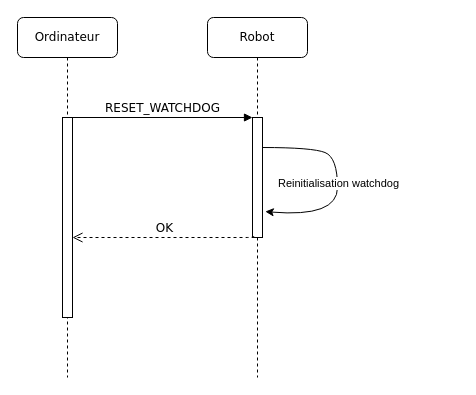
The draw.io diagram doc/Doc robot/Commande RESET_WATCHDOG.drawio in INSA-GEI/dumber, before the edit. Source tidied: cells renumbered, new cells numbered last; positions are measured from the earlier drawing's top-left corner, leaving out a move shared by most shapes. Both pictures are drawn from the tidied source at 100%, with x=0, y=0 at pixel (17, 17).
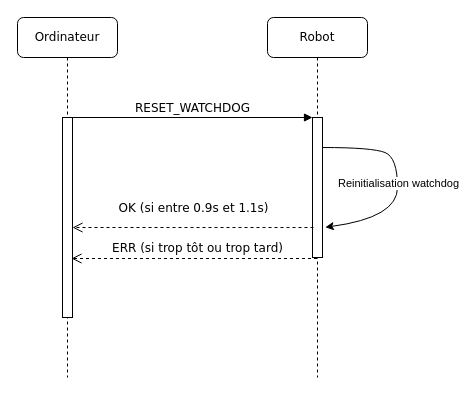
Above is the later version.

Commit message (it also covers changes not shown here):
mise à jour de la doc technique du robot

Diff of the diagram source:
```diff
@@
 <mxGraphModel>
   <root>
     <mxCell id="0" />
     <mxCell id="1" parent="0" />
-    <mxCell id="2" value="Robot" style="shape=umlLifeline;perimeter=lifelinePerimeter;whiteSpace=wrap;html=1;outlineConnect=0;rounded=1;shadow=0;comic=0;labelBackgroundColor=none;strokeWidth=1;fontFamily=Verdana;fontSize=12;align=center;" parent="1" vertex="1">
-      <mxGeometry x="190" width="100" height="360" as="geometry" />
+    <mxCell id="2" value="Robot" style="shape=umlLifeline;perimeter=lifelinePerimeter;whiteSpace=wrap;html=1;outlineConnect=0;rounded=1;shadow=0;comic=0;labelBackgroundColor=none;strokeWidth=1;fontFamily=Verdana;fontSize=12;align=center;size=40;" parent="1" vertex="1">
+      <mxGeometry x="250" width="100" height="360" as="geometry" />
     </mxCell>
     <mxCell id="3" style="html=1;points=[];perimeter=orthogonalPerimeter;rounded=0;shadow=0;comic=0;labelBackgroundColor=none;strokeWidth=1;fontFamily=Verdana;fontSize=12;align=center;" parent="2" vertex="1">
-      <mxGeometry x="45" y="100" width="10" height="120" as="geometry" />
+      <mxGeometry x="45" y="100" width="10" height="140" as="geometry" />
     </mxCell>
     <mxCell id="4" style="curved=1;endArrow=classic;html=1;rounded=0;entryX=1.279;entryY=0.784;entryDx=0;entryDy=0;entryPerimeter=0;" parent="2" edge="1" target="3">
       <mxGeometry relative="1" as="geometry">
         <mxPoint x="55" y="130" as="sourcePoint" />
         <Array as="points">
           <mxPoint x="105" y="130" />
           <mxPoint x="130" y="140" />
           <mxPoint x="130" y="200" />
         </Array>
       </mxGeometry>
     </mxCell>
     <mxCell id="5" value="Reinitialisation watchdog" style="edgeLabel;html=1;align=center;verticalAlign=middle;" parent="4" vertex="1">
       <mxGeometry x="-0.13" y="1" relative="1" as="geometry">
         <mxPoint x="-1" y="11" as="offset" />
       </mxGeometry>
     </mxCell>
     <mxCell id="6" value="Ordinateur" style="shape=umlLifeline;perimeter=lifelinePerimeter;whiteSpace=wrap;html=1;rounded=1;shadow=0;comic=0;labelBackgroundColor=none;strokeWidth=1;fontFamily=Verdana;fontSize=12;align=center;" parent="1" vertex="1">
       <mxGeometry width="100" height="360" as="geometry" />
     </mxCell>
     <mxCell id="7" style="html=1;points=[];perimeter=orthogonalPerimeter;rounded=0;shadow=0;comic=0;labelBackgroundColor=none;strokeWidth=1;fontFamily=Verdana;fontSize=12;align=center;" parent="6" vertex="1">
       <mxGeometry x="45" y="100" width="10" height="200" as="geometry" />
     </mxCell>
-    <mxCell id="8" value="OK" style="html=1;verticalAlign=bottom;endArrow=open;dashed=1;endSize=8;labelBackgroundColor=none;fontFamily=Verdana;fontSize=12;edgeStyle=elbowEdgeStyle;elbow=vertical;exitX=0.119;exitY=0.988;exitDx=0;exitDy=0;exitPerimeter=0;" parent="6" edge="1" source="3">
-      <mxGeometry relative="1" as="geometry">
-        <mxPoint x="55" y="220" as="targetPoint" />
+    <mxCell id="8" value="OK (si entre 0.9s et 1.1s)" style="html=1;verticalAlign=bottom;endArrow=open;dashed=1;endSize=8;labelBackgroundColor=none;fontFamily=Verdana;fontSize=12;edgeStyle=elbowEdgeStyle;elbow=vertical;exitX=0.1;exitY=0.786;exitDx=0;exitDy=0;exitPerimeter=0;" parent="6" edge="1" source="3">
+      <mxGeometry y="-10" relative="1" as="geometry">
+        <mxPoint x="55" y="210" as="targetPoint" />
         <Array as="points">
-          <mxPoint x="495.5" y="220" />
+          <mxPoint x="146" y="210" />
         </Array>
+        <mxPoint x="1" as="offset" />
       </mxGeometry>
     </mxCell>
     <mxCell id="9" value="RESET_WATCHDOG" style="html=1;verticalAlign=bottom;endArrow=block;entryX=0;entryY=0;labelBackgroundColor=none;fontFamily=Verdana;fontSize=12;edgeStyle=elbowEdgeStyle;elbow=vertical;" parent="1" edge="1" source="7" target="3">
       <mxGeometry relative="1" as="geometry" />
     </mxCell>
+    <mxCell id="10" style="endArrow=open;html=1;rounded=1;dashed=1;endFill=0;edgeStyle=elbowEdgeStyle;elbow=vertical;entryX=0.9;entryY=0.705;entryDx=0;entryDy=0;entryPerimeter=0;endSize=8;" parent="1" edge="1" source="2" target="7">
+      <mxGeometry relative="1" as="geometry" />
+    </mxCell>
+    <mxCell id="11" value="&lt;font face=&quot;Verdana&quot; style=&quot;font-size: 12px;&quot;&gt;ERR (si trop tôt ou trop tard)&lt;br&gt;&lt;/font&gt;" style="edgeLabel;html=1;align=center;verticalAlign=middle;" parent="10" vertex="1">
+      <mxGeometry x="0.62" y="-2" relative="1" as="geometry">
+        <mxPoint x="79" y="-9" as="offset" />
+      </mxGeometry>
+    </mxCell>
   </root>
 </mxGraphModel>
```
